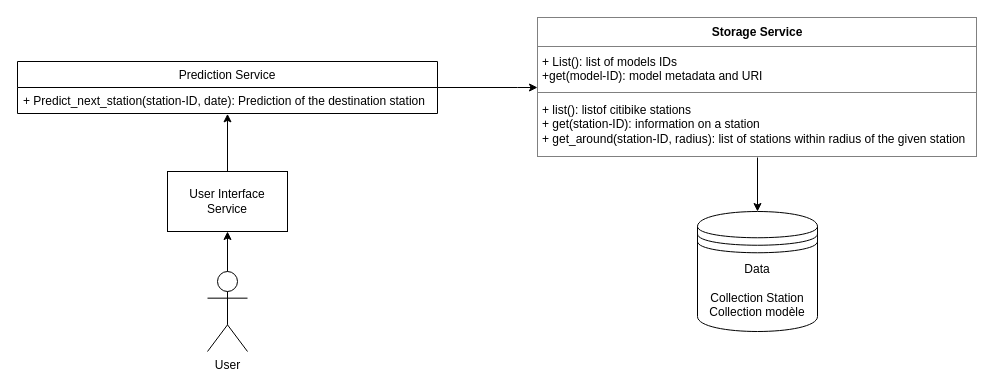
Earlier version of the draw.io diagram services/5SDBD-Integ-E3 Service Architecture.drawio (MaxenceHanin/5SDBD-Integ-E3). Source tidied: cells renumbered, new cells numbered last; positions are measured from the earlier drawing's top-left corner, leaving out a move shared by most shapes. Both pictures are drawn from the tidied source at 100%, with x=0, y=0 at pixel (17, 17).
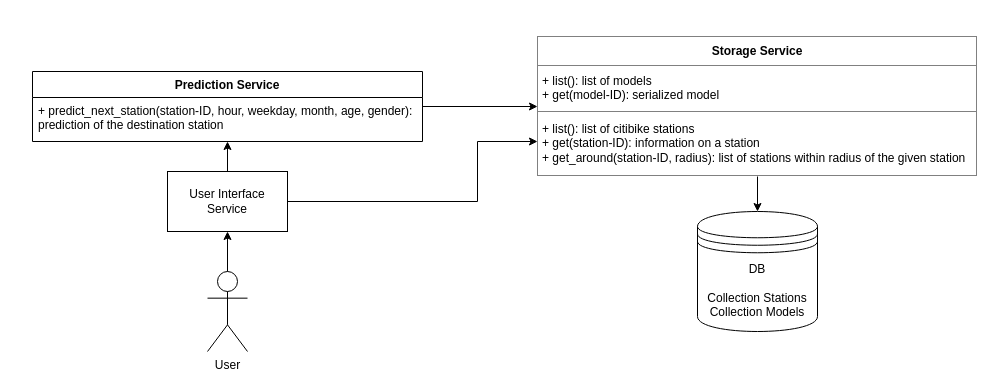
The same diagram, later.

The edit, as a diff of the source:
```diff
@@
 <mxGraphModel>
   <root>
     <mxCell id="0" />
     <mxCell id="1" parent="0" />
     <mxCell id="2" value="User" style="shape=umlActor;verticalLabelPosition=bottom;labelBackgroundColor=#ffffff;verticalAlign=top;html=1;" parent="1" vertex="1">
       <mxGeometry x="190" y="254" width="40" height="80" as="geometry" />
     </mxCell>
     <mxCell id="3" style="endArrow=classic;html=1;" parent="1" edge="1">
       <mxGeometry relative="1" as="geometry">
         <mxPoint x="210" y="254" as="sourcePoint" />
         <mxPoint x="210" y="214" as="targetPoint" />
       </mxGeometry>
     </mxCell>
-    <mxCell id="4" style="edgeStyle=orthogonalEdgeStyle;rounded=0;jettySize=auto;html=1;exitX=0.5;exitY=0;exitDx=0;exitDy=0;entryX=0.5;entryY=1.013;entryDx=0;entryDy=0;entryPerimeter=0;" parent="1" edge="1" source="5" target="10">
-      <mxGeometry relative="1" as="geometry" />
-    </mxCell>
     <mxCell id="5" value="User Interface Service" style="rounded=0;whiteSpace=wrap;html=1;" parent="1" vertex="1">
       <mxGeometry x="150" y="154" width="120" height="60" as="geometry" />
     </mxCell>
     <mxCell id="6" style="edgeStyle=orthogonalEdgeStyle;rounded=0;jettySize=auto;html=1;" parent="1" edge="1" source="7" target="11">
       <mxGeometry relative="1" as="geometry" />
     </mxCell>
+    <mxCell id="12" style="edgeStyle=orthogonalEdgeStyle;rounded=0;jettySize=auto;html=1;exitX=0;exitY=0.75;exitDx=0;exitDy=0;entryX=1;entryY=0.5;entryDx=0;entryDy=0;startArrow=classic;startFill=1;endArrow=none;endFill=0;" parent="1" edge="1" source="7" target="5">
+      <mxGeometry relative="1" as="geometry">
+        <Array as="points">
+          <mxPoint x="460" y="124" />
+          <mxPoint x="460" y="184" />
+        </Array>
+      </mxGeometry>
+    </mxCell>
-    <mxCell id="7" value="&lt;table border=&quot;1&quot; width=&quot;100%&quot; cellpadding=&quot;4&quot; style=&quot;width: 100% ; height: 100% ; border-collapse: collapse&quot;&gt;&lt;tbody&gt;&lt;tr&gt;&lt;th align=&quot;center&quot;&gt;Storage Service&lt;/th&gt;&lt;/tr&gt;&lt;tr&gt;&lt;td&gt;+ List(): list of models IDs&lt;br&gt;+get(model-ID): model metadata and URI&lt;/td&gt;&lt;/tr&gt;&lt;tr&gt;&lt;td&gt;+ list(): listof citibike stations&lt;br&gt;+ get(station-ID): information on a station&lt;br&gt;+ get_around(station-ID, radius): list of stations within radius of the given station&lt;/td&gt;&lt;/tr&gt;&lt;/tbody&gt;&lt;/table&gt;" style="text;html=1;strokeColor=none;fillColor=none;overflow=fill;" parent="1" vertex="1">
-      <mxGeometry x="520" width="440" height="140" as="geometry" />
+    <mxCell id="7" value="&lt;table border=&quot;1&quot; width=&quot;100%&quot; cellpadding=&quot;4&quot; style=&quot;width: 100% ; height: 100% ; border-collapse: collapse&quot;&gt;&lt;tbody&gt;&lt;tr&gt;&lt;th align=&quot;center&quot;&gt;Storage Service&lt;/th&gt;&lt;/tr&gt;&lt;tr&gt;&lt;td&gt;+ list(): list of models&lt;br&gt;+ get(model-ID): serialized model&amp;nbsp;&lt;/td&gt;&lt;/tr&gt;&lt;tr&gt;&lt;td&gt;+ list(): list of citibike stations&lt;br&gt;+ get(station-ID): information on a station&lt;br&gt;+ get_around(station-ID, radius): list of stations within radius of the given station&lt;/td&gt;&lt;/tr&gt;&lt;/tbody&gt;&lt;/table&gt;" style="text;html=1;strokeColor=none;fillColor=none;overflow=fill;" parent="1" vertex="1">
+      <mxGeometry x="520" y="19" width="440" height="140" as="geometry" />
     </mxCell>
-    <mxCell id="8" style="edgeStyle=orthogonalEdgeStyle;rounded=0;jettySize=auto;html=1;entryX=0;entryY=0.5;entryDx=0;entryDy=0;" parent="1" edge="1" source="9" target="7">
-      <mxGeometry relative="1" as="geometry">
-        <Array as="points">
-          <mxPoint x="500" y="70" />
-          <mxPoint x="500" y="70" />
-        </Array>
-      </mxGeometry>
+    <mxCell id="8" style="edgeStyle=orthogonalEdgeStyle;rounded=0;jettySize=auto;html=1;entryX=0;entryY=0.5;entryDx=0;entryDy=0;exitX=1;exitY=0.5;exitDx=0;exitDy=0;" parent="1" edge="1" source="9" target="7">
+      <mxGeometry relative="1" as="geometry" />
     </mxCell>
+    <mxCell id="13" style="edgeStyle=orthogonalEdgeStyle;rounded=0;jettySize=auto;html=1;startArrow=classic;startFill=1;endArrow=none;endFill=0;" parent="1" edge="1" source="9" target="5">
+      <mxGeometry relative="1" as="geometry" />
+    </mxCell>
-    <mxCell id="9" value="Prediction Service" style="swimlane;fontStyle=0;horizontal=1;startSize=26;fillColor=none;" parent="1" vertex="1">
-      <mxGeometry y="44" width="420" height="52" as="geometry" />
+    <mxCell id="9" value="Prediction Service" style="swimlane;fontStyle=1;horizontal=1;startSize=26;fillColor=none;" parent="1" vertex="1">
+      <mxGeometry x="15" y="54" width="390" height="70" as="geometry" />
     </mxCell>
-    <mxCell id="10" value="+ Predict_next_station(station-ID, date): Prediction of the destination station " style="text;strokeColor=none;fillColor=none;align=left;verticalAlign=top;spacingLeft=4;spacingRight=4;overflow=hidden;points=[[0,0.5],[1,0.5]];portConstraint=eastwest;" parent="9" vertex="1">
-      <mxGeometry y="26" width="420" height="26" as="geometry" />
+    <mxCell id="10" value="+ predict_next_station(station-ID, hour, weekday, month, age, gender): prediction of the destination station " style="text;strokeColor=none;fillColor=none;align=left;verticalAlign=top;spacingLeft=4;spacingRight=4;overflow=hidden;points=[[0,0.5],[1,0.5]];portConstraint=eastwest;whiteSpace=wrap;" parent="9" vertex="1">
+      <mxGeometry y="26" width="390" height="44" as="geometry" />
     </mxCell>
-    <mxCell id="11" value="Data&lt;br&gt;&lt;br&gt;Collection Station&lt;br&gt;Collection modèle&lt;br&gt;" style="shape=datastore;whiteSpace=wrap;html=1;" parent="1" vertex="1">
+    <mxCell id="11" value="DB&lt;br&gt;&lt;br&gt;Collection Stations&lt;br&gt;Collection Models" style="shape=datastore;whiteSpace=wrap;html=1;" parent="1" vertex="1">
       <mxGeometry x="680" y="194" width="120" height="120" as="geometry" />
     </mxCell>
   </root>
 </mxGraphModel>
```
